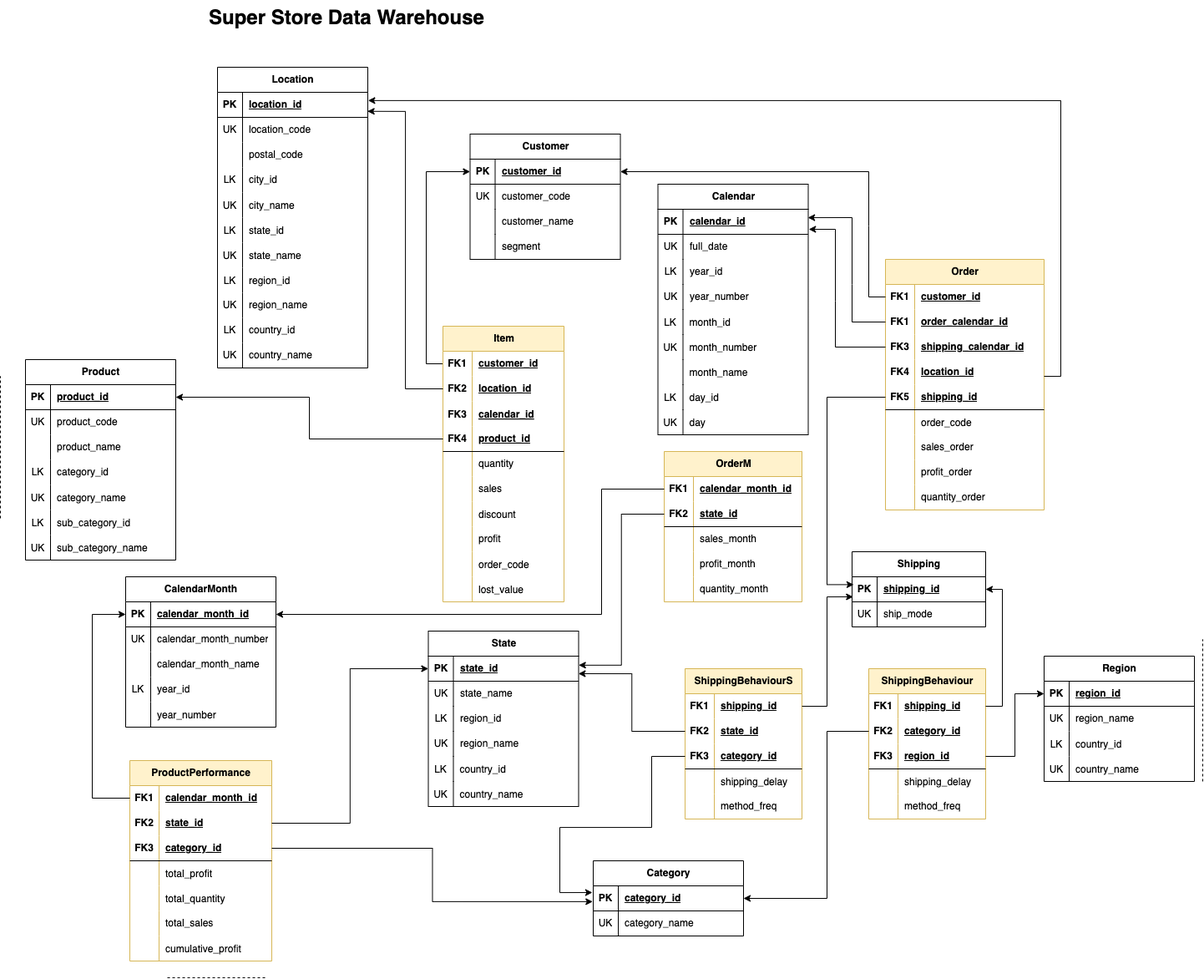
0xAbelheira/Super-Store-DataWarehouse keeps this draw.io diagram as Super-Store-DataWarehouse.png. Above is the earlier version. Source tidied: cells renumbered, new cells last; positions are measured from the earlier drawing's top-left corner, leaving out a move shared by most shapes.
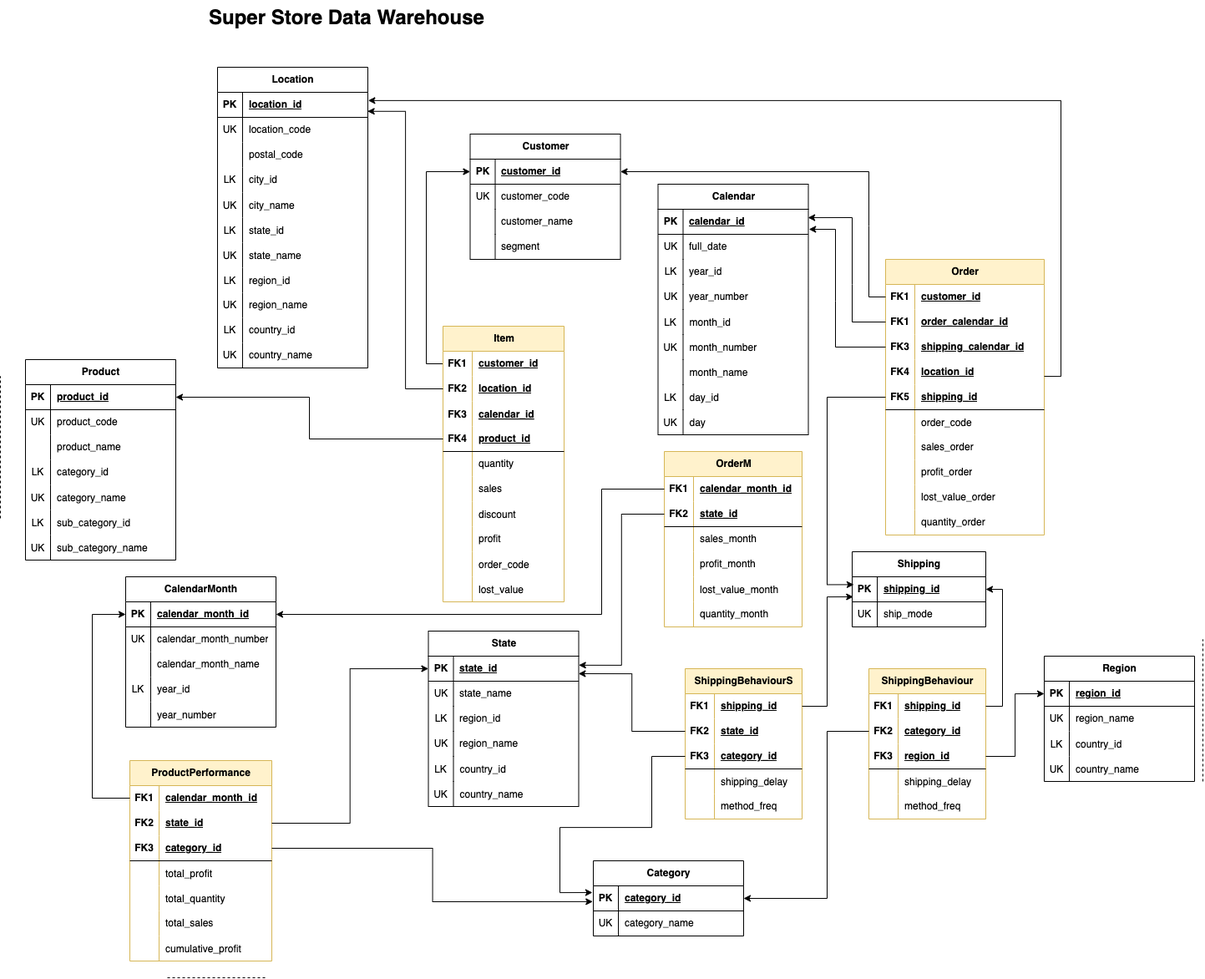
After the change.

Commit message:
Updated Dimensional Model

The edit, as a diff of the source:
```diff
@@ -3,7 +3,7 @@
     <mxCell id="0" />
     <mxCell id="1" parent="0" />
     <mxCell id="2" value="Order" style="shape=table;startSize=30;rowLines=0;fontStyle=1;align=center;html=1;fillColor=#fff2cc;strokeColor=#d6b656;" parent="1" vertex="1">
-      <mxGeometry x="1060" y="310" width="190" height="300" as="geometry" />
+      <mxGeometry x="1060" y="310" width="190" height="330" as="geometry" />
     </mxCell>
     <mxCell id="3" style="shape=tableRow;horizontal=0;startSize=0;swimlaneHead=0;swimlaneBody=0;fillColor=none;points=[[0,0.5],[1,0.5]];portConstraint=eastwest;top=0;left=0;right=0;bottom=0;" parent="2" vertex="1">
       <mxGeometry y="30" width="190" height="30" as="geometry" />
@@ -77,8 +77,17 @@
     <mxCell id="26" value="profit_order" style="shape=partialRectangle;fillColor=none;top=0;left=0;bottom=0;right=0;align=left;spacingLeft=6;overflow=hidden;whiteSpace=wrap;html=1;" parent="24" vertex="1">
       <mxGeometry x="35" width="155" height="30" as="geometry" />
     </mxCell>
+    <mxCell id="313" style="shape=tableRow;horizontal=0;startSize=0;swimlaneHead=0;swimlaneBody=0;fillColor=none;top=0;left=0;right=0;bottom=0;" parent="2" vertex="1">
+      <mxGeometry y="270" width="190" height="30" as="geometry" />
+    </mxCell>
+    <mxCell id="314" style="shape=partialRectangle;fillColor=none;top=0;left=0;bottom=0;right=0;overflow=hidden;whiteSpace=wrap;html=1;" parent="313" vertex="1">
+      <mxGeometry width="35" height="30" as="geometry" />
+    </mxCell>
+    <mxCell id="315" value="lost_value_order" style="shape=partialRectangle;fillColor=none;top=0;left=0;bottom=0;right=0;align=left;spacingLeft=6;overflow=hidden;whiteSpace=wrap;html=1;" parent="313" vertex="1">
+      <mxGeometry x="35" width="155" height="30" as="geometry" />
+    </mxCell>
     <mxCell id="27" style="shape=tableRow;horizontal=0;startSize=0;swimlaneHead=0;swimlaneBody=0;fillColor=none;top=0;left=0;right=0;bottom=0;" parent="2" vertex="1">
-      <mxGeometry y="270" width="190" height="30" as="geometry" />
+      <mxGeometry y="300" width="190" height="30" as="geometry" />
     </mxCell>
     <mxCell id="28" style="shape=partialRectangle;fillColor=none;top=0;left=0;bottom=0;right=0;overflow=hidden;whiteSpace=wrap;html=1;" parent="27" vertex="1">
       <mxGeometry width="35" height="30" as="geometry" />
@@ -429,7 +438,7 @@
       <mxGeometry x="30" width="150" height="30" as="geometry" />
     </mxCell>
     <mxCell id="144" value="OrderM" style="shape=table;startSize=30;rowLines=0;fontStyle=1;align=center;html=1;fillColor=#fff2cc;strokeColor=#d6b656;" parent="1" vertex="1">
-      <mxGeometry x="795" y="540" width="165" height="180" as="geometry" />
+      <mxGeometry x="795" y="540" width="165" height="210" as="geometry" />
     </mxCell>
     <mxCell id="145" style="shape=tableRow;horizontal=0;startSize=0;swimlaneHead=0;swimlaneBody=0;fillColor=none;points=[[0,0.5],[1,0.5]];portConstraint=eastwest;top=0;left=0;right=0;bottom=0;" parent="144" vertex="1">
       <mxGeometry y="30" width="165" height="30" as="geometry" />
@@ -467,8 +476,17 @@
     <mxCell id="156" value="profit_month" style="shape=partialRectangle;fillColor=none;top=0;left=0;bottom=0;right=0;align=left;spacingLeft=6;overflow=hidden;whiteSpace=wrap;html=1;" parent="154" vertex="1">
       <mxGeometry x="35" width="130" height="30" as="geometry" />
     </mxCell>
+    <mxCell id="316" style="shape=tableRow;horizontal=0;startSize=0;swimlaneHead=0;swimlaneBody=0;fillColor=none;top=0;left=0;right=0;bottom=0;" parent="144" vertex="1">
+      <mxGeometry y="150" width="165" height="30" as="geometry" />
+    </mxCell>
+    <mxCell id="317" style="shape=partialRectangle;fillColor=none;top=0;left=0;bottom=0;right=0;overflow=hidden;" parent="316" vertex="1">
+      <mxGeometry width="35" height="30" as="geometry" />
+    </mxCell>
+    <mxCell id="318" value="lost_value_month" style="shape=partialRectangle;fillColor=none;top=0;left=0;bottom=0;right=0;align=left;spacingLeft=6;overflow=hidden;" parent="316" vertex="1">
+      <mxGeometry x="35" width="130" height="30" as="geometry" />
+    </mxCell>
     <mxCell id="157" style="shape=tableRow;horizontal=0;startSize=0;swimlaneHead=0;swimlaneBody=0;fillColor=none;top=0;left=0;right=0;bottom=0;" parent="144" vertex="1">
-      <mxGeometry y="150" width="165" height="30" as="geometry" />
+      <mxGeometry y="180" width="165" height="30" as="geometry" />
     </mxCell>
     <mxCell id="158" style="shape=partialRectangle;fillColor=none;top=0;left=0;bottom=0;right=0;overflow=hidden;whiteSpace=wrap;html=1;" parent="157" vertex="1">
       <mxGeometry width="35" height="30" as="geometry" />
```
